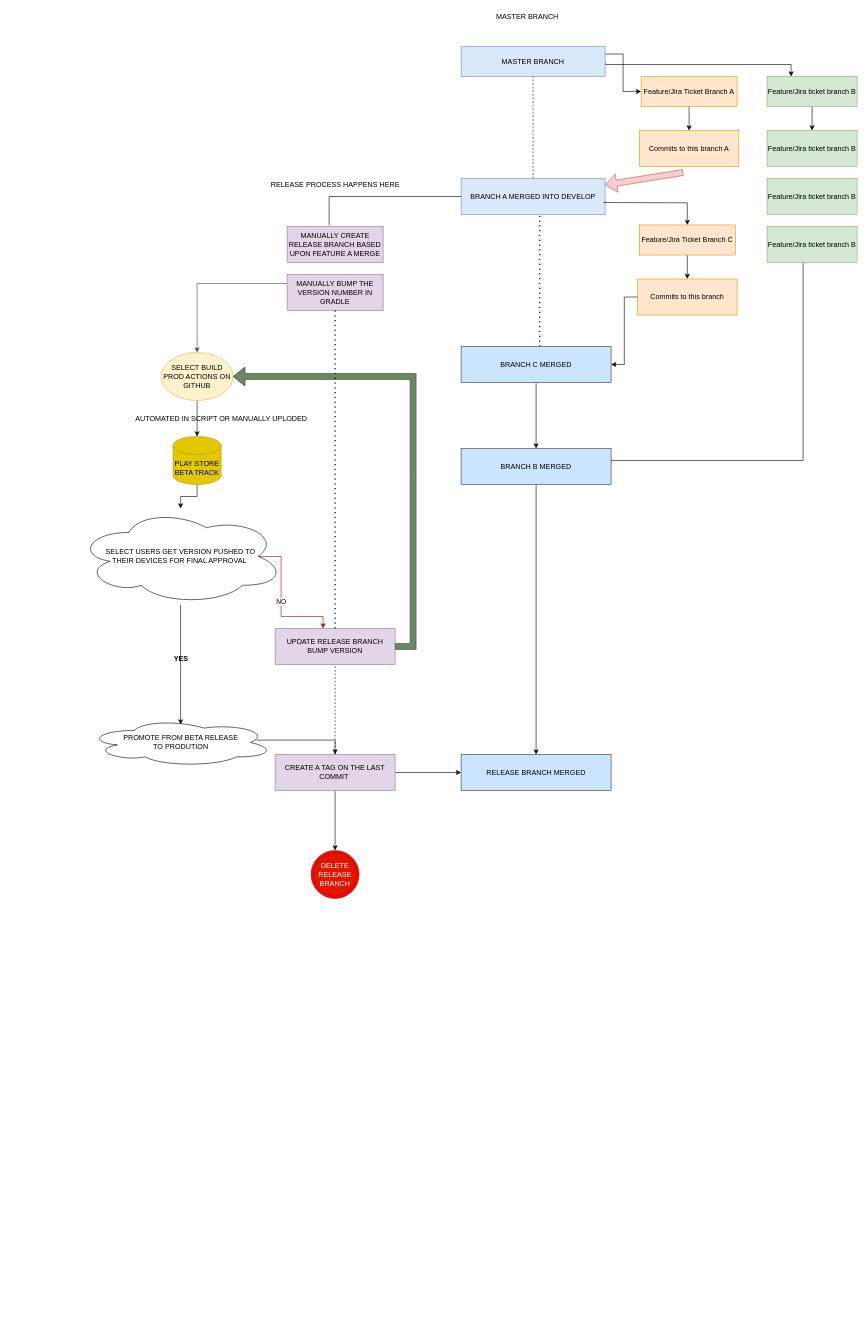
Above: Untitled Diagram.drawio in dr-lobo/AndroidComposeGame (draw.io), before the change. Source tidied: cells renumbered, new cells numbered last; positions are measured from the earlier drawing's top-left corner, leaving out a move shared by most shapes. Both pictures are drawn from the tidied source at 60%, with x=0, y=0 at pixel (77, 10).
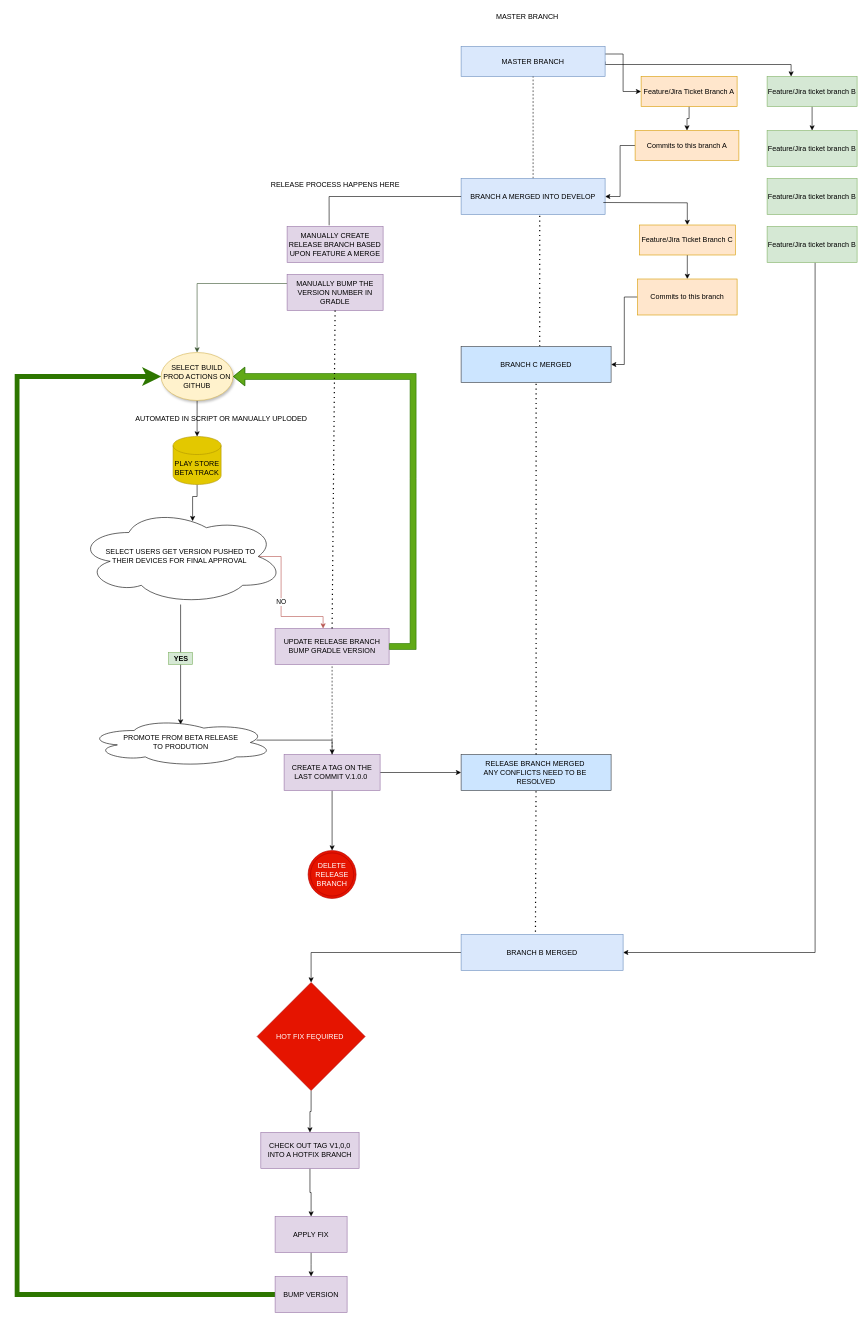
After the change.

The change refers to these unchanged cells:
```xml
<mxCell id="13" value="BRANCH A MERGED INTO DEVELOP" style="rounded=0;whiteSpace=wrap;html=1;fillColor=#dae8fc;strokeColor=#6c8ebf;" parent="1" vertex="1">
  <mxGeometry x="640" y="280" width="240" height="60" as="geometry" />
</mxCell>
<mxCell id="16" value="Feature/Jira ticket branch B" style="rounded=0;whiteSpace=wrap;html=1;fillColor=#d5e8d4;strokeColor=#82b366;" parent="1" vertex="1">
  <mxGeometry x="1150" y="360" width="150" height="60" as="geometry" />
</mxCell>
<mxCell id="23" value="PLAY STORE BETA TRACK" style="shape=cylinder3;whiteSpace=wrap;html=1;boundedLbl=1;backgroundOutline=1;size=15;fillColor=#e3c800;fontColor=#000000;strokeColor=#B09500;" parent="1" vertex="1">
  <mxGeometry x="160" y="710" width="80" height="80" as="geometry" />
</mxCell>
<mxCell id="32" value="SELECT USERS GET VERSION PUSHED TO &lt;br&gt;THEIR DEVICES FOR FINAL APPROVAL&amp;nbsp;" style="ellipse;shape=cloud;whiteSpace=wrap;html=1;" parent="1" vertex="1">
  <mxGeometry y="830" width="345" height="160" as="geometry" />
</mxCell>
<mxCell id="44" value="BRANCH C MERGED" style="rounded=0;whiteSpace=wrap;html=1;fillColor=#cce5ff;strokeColor=#36393d;" parent="1" vertex="1">
  <mxGeometry x="640" y="560" width="250" height="60" as="geometry" />
</mxCell>
```

Diff of the diagram source:
```diff
@@
+    <mxCell id="53" style="edgeStyle=orthogonalEdgeStyle;rounded=0;jettySize=auto;html=1;entryX=1;entryY=0.5;entryDx=0;entryDy=0;" parent="1" edge="1" source="9" target="13">
+      <mxGeometry relative="1" as="geometry" />
+    </mxCell>
     <mxCell id="9" value="Commits to this branch A" style="rounded=0;whiteSpace=wrap;html=1;fillColor=#ffe6cc;strokeColor=#d79b00;" parent="1" vertex="1">
-      <mxGeometry x="937" y="200" width="166" height="60" as="geometry" />
+      <mxGeometry x="930" y="200" width="173" height="50" as="geometry" />
     </mxCell>
@@
-    <mxCell id="12" style="shape=flexArrow;endArrow=classic;html=1;rounded=0;fillColor=#f8cecc;strokeColor=#b85450;" parent="1" edge="1" target="13">
-      <mxGeometry relative="1" as="geometry">
-        <mxPoint x="1010" y="270" as="sourcePoint" />
-      </mxGeometry>
-    </mxCell>
@@
-    <mxCell id="15" style="edgeStyle=orthogonalEdgeStyle;rounded=0;jettySize=auto;html=1;" parent="1" edge="1" source="16">
-      <mxGeometry relative="1" as="geometry">
-        <mxPoint x="760" y="750" as="targetPoint" />
-        <Array as="points">
-          <mxPoint x="1210" y="750" />
-        </Array>
-      </mxGeometry>
-    </mxCell>
+    <mxCell id="54" style="edgeStyle=orthogonalEdgeStyle;rounded=0;jettySize=auto;html=1;" parent="1" edge="1" source="16" target="46">
+      <mxGeometry relative="1" as="geometry">
+        <Array as="points">
+          <mxPoint x="1230" y="1570" />
+        </Array>
+      </mxGeometry>
+    </mxCell>
@@
-    <mxCell id="21" value="SELECT BUILD PROD ACTIONS ON GITHUB" style="ellipse;whiteSpace=wrap;html=1;fillColor=#fff2cc;strokeColor=#d6b656;" parent="1" vertex="1">
+    <mxCell id="21" value="SELECT BUILD PROD ACTIONS ON GITHUB" style="ellipse;whiteSpace=wrap;html=1;fillColor=#fff2cc;strokeColor=#d6b656;shadow=1;" parent="1" vertex="1">
       <mxGeometry x="140" y="570" width="120" height="80" as="geometry" />
     </mxCell>
-    <mxCell id="22" style="edgeStyle=orthogonalEdgeStyle;rounded=0;jettySize=auto;html=1;" parent="1" edge="1" source="23" target="32">
+    <mxCell id="22" style="edgeStyle=orthogonalEdgeStyle;rounded=0;jettySize=auto;html=1;entryX=0.558;entryY=0.132;entryDx=0;entryDy=0;entryPerimeter=0;" parent="1" edge="1" source="23" target="32">
       <mxGeometry relative="1" as="geometry" />
     </mxCell>
@@
-    <mxCell id="30" value="NO" style="edgeStyle=orthogonalEdgeStyle;rounded=0;jettySize=auto;html=1;fillColor=#e51400;strokeColor=#B20000;exitX=0.875;exitY=0.5;exitDx=0;exitDy=0;exitPerimeter=0;" parent="1" edge="1" source="32" target="33">
+    <mxCell id="30" value="NO" style="edgeStyle=orthogonalEdgeStyle;rounded=0;jettySize=auto;html=1;fillColor=#f8cecc;strokeColor=#b85450;exitX=0.875;exitY=0.5;exitDx=0;exitDy=0;exitPerimeter=0;" parent="1" edge="1" source="32" target="33">
       <mxGeometry relative="1" as="geometry">
         <Array as="points">
           <mxPoint x="340" y="910" />
           <mxPoint x="340" y="1010" />
           <mxPoint x="410" y="1010" />
         </Array>
       </mxGeometry>
     </mxCell>
@@
-    <mxCell id="33" value="UPDATE RELEASE BRANCH BUMP VERSION" style="rounded=0;whiteSpace=wrap;html=1;fillColor=#e1d5e7;strokeColor=#9673a6;" parent="1" vertex="1">
-      <mxGeometry x="330" y="1030" width="200" height="60" as="geometry" />
+    <mxCell id="33" value="UPDATE RELEASE BRANCH BUMP GRADLE VERSION" style="rounded=0;whiteSpace=wrap;html=1;fillColor=#e1d5e7;strokeColor=#9673a6;" parent="1" vertex="1">
+      <mxGeometry x="330" y="1030" width="190" height="60" as="geometry" />
     </mxCell>
-    <mxCell id="34" style="shape=flexArrow;endArrow=classic;html=1;rounded=0;entryX=1;entryY=0.5;entryDx=0;entryDy=0;exitX=1;exitY=0.5;exitDx=0;exitDy=0;fillColor=#6d8764;strokeColor=#3A5431;" parent="1" edge="1" source="33" target="21">
+    <mxCell id="34" style="shape=flexArrow;endArrow=classic;html=1;rounded=0;entryX=1;entryY=0.5;entryDx=0;entryDy=0;exitX=1;exitY=0.5;exitDx=0;exitDy=0;fillColor=#60a917;strokeColor=#2D7600;" parent="1" edge="1" source="33" target="21">
       <mxGeometry relative="1" as="geometry">
         <Array as="points">
           <mxPoint x="560" y="1060" />
           <mxPoint x="560" y="780" />
           <mxPoint x="560" y="610" />
         </Array>
       </mxGeometry>
     </mxCell>
@@
-    <mxCell id="40" value="CREATE A TAG ON THE LAST COMMIT&amp;nbsp;" style="rounded=0;whiteSpace=wrap;html=1;fillColor=#e1d5e7;strokeColor=#9673a6;" parent="1" vertex="1">
-      <mxGeometry x="330" y="1240" width="200" height="60" as="geometry" />
+    <mxCell id="40" value="CREATE A TAG ON THE LAST COMMIT V.1.0.0&amp;nbsp;" style="rounded=0;whiteSpace=wrap;html=1;fillColor=#e1d5e7;strokeColor=#9673a6;" parent="1" vertex="1">
+      <mxGeometry x="345" y="1240" width="160" height="60" as="geometry" />
     </mxCell>
     <mxCell id="41" value="DELETE RELEASE BRANCH" style="ellipse;shape=doubleEllipse;whiteSpace=wrap;html=1;fillColor=#e51400;fontColor=#ffffff;strokeColor=#B20000;" parent="1" vertex="1">
-      <mxGeometry x="390" y="1400" width="80" height="80" as="geometry" />
+      <mxGeometry x="385" y="1400" width="80" height="80" as="geometry" />
     </mxCell>
@@
-    <mxCell id="43" style="edgeStyle=orthogonalEdgeStyle;rounded=0;jettySize=auto;html=1;" parent="1" edge="1" source="44" target="46">
-      <mxGeometry relative="1" as="geometry" />
-    </mxCell>
@@
-    <mxCell id="45" style="edgeStyle=orthogonalEdgeStyle;rounded=0;jettySize=auto;html=1;" parent="1" edge="1" source="46" target="47">
-      <mxGeometry relative="1" as="geometry" />
-    </mxCell>
-    <mxCell id="46" value="BRANCH B MERGED" style="rounded=0;whiteSpace=wrap;html=1;fillColor=#cce5ff;strokeColor=#36393d;" parent="1" vertex="1">
-      <mxGeometry x="640" y="730" width="250" height="60" as="geometry" />
-    </mxCell>
-    <mxCell id="47" value="RELEASE BRANCH MERGED" style="rounded=0;whiteSpace=wrap;html=1;fillColor=#cce5ff;strokeColor=#36393d;" parent="1" vertex="1">
+    <mxCell id="47" value="RELEASE BRANCH MERGED&amp;nbsp;&lt;br&gt;ANY CONFLICTS NEED TO BE&amp;nbsp;&lt;br&gt;RESOLVED" style="rounded=0;whiteSpace=wrap;html=1;fillColor=#cce5ff;strokeColor=#36393d;" parent="1" vertex="1">
       <mxGeometry x="640" y="1240" width="250" height="60" as="geometry" />
     </mxCell>
@@
-    <mxCell id="50" value="&lt;b&gt;YES&lt;/b&gt;" style="text;html=1;align=center;verticalAlign=middle;strokeColor=none;fillColor=none;" parent="1" vertex="1">
+    <mxCell id="50" value="&lt;b&gt;YES&lt;/b&gt;" style="text;html=1;align=center;verticalAlign=middle;strokeColor=#82b366;fillColor=#d5e8d4;" parent="1" vertex="1">
       <mxGeometry x="152.5" y="1070" width="40" height="20" as="geometry" />
     </mxCell>
@@
+    <mxCell id="55" style="endArrow=none;dashed=1;html=1;dashPattern=1 3;strokeWidth=2;rounded=0;entryX=0.5;entryY=1;entryDx=0;entryDy=0;exitX=0.5;exitY=0;exitDx=0;exitDy=0;" parent="1" edge="1" source="47" target="44">
+      <mxGeometry relative="1" as="geometry" />
+    </mxCell>
+    <mxCell id="56" style="edgeStyle=orthogonalEdgeStyle;rounded=0;jettySize=auto;html=1;" parent="1" edge="1" source="46" target="58">
+      <mxGeometry relative="1" as="geometry" />
+    </mxCell>
+    <mxCell id="46" value="BRANCH B MERGED" style="rounded=0;whiteSpace=wrap;html=1;fillColor=#dae8fc;strokeColor=#6c8ebf;" parent="1" vertex="1">
+      <mxGeometry x="640" y="1540" width="270" height="60" as="geometry" />
+    </mxCell>
+    <mxCell id="45" style="endArrow=none;dashed=1;html=1;dashPattern=1 3;strokeWidth=2;rounded=0;exitX=0.459;exitY=-0.076;exitDx=0;exitDy=0;exitPerimeter=0;" parent="1" edge="1" source="46" target="47">
+      <mxGeometry relative="1" as="geometry" />
+    </mxCell>
+    <mxCell id="57" style="edgeStyle=orthogonalEdgeStyle;rounded=0;jettySize=auto;html=1;entryX=0.5;entryY=0;entryDx=0;entryDy=0;" parent="1" edge="1" source="58" target="60">
+      <mxGeometry relative="1" as="geometry" />
+    </mxCell>
+    <mxCell id="58" value="HOT FIX FEQUIRED&amp;nbsp;" style="rhombus;whiteSpace=wrap;html=1;fillColor=#e51400;fontColor=#ffffff;strokeColor=#B20000;" parent="1" vertex="1">
+      <mxGeometry x="300" y="1620" width="180" height="180" as="geometry" />
+    </mxCell>
+    <mxCell id="59" style="edgeStyle=orthogonalEdgeStyle;rounded=0;jettySize=auto;html=1;" parent="1" edge="1" source="60" target="62">
+      <mxGeometry relative="1" as="geometry" />
+    </mxCell>
+    <mxCell id="60" value="CHECK OUT TAG V1,0,0&lt;br&gt;INTO A HOTFIX BRANCH" style="rounded=0;whiteSpace=wrap;html=1;fillColor=#e1d5e7;strokeColor=#9673a6;" parent="1" vertex="1">
+      <mxGeometry x="306.2" y="1870" width="163.8" height="60" as="geometry" />
+    </mxCell>
+    <mxCell id="61" style="edgeStyle=orthogonalEdgeStyle;rounded=0;jettySize=auto;html=1;" parent="1" edge="1" source="62">
+      <mxGeometry relative="1" as="geometry">
+        <mxPoint x="390" y="2110" as="targetPoint" />
+      </mxGeometry>
+    </mxCell>
+    <mxCell id="62" value="APPLY FIX" style="whiteSpace=wrap;html=1;fillColor=#e1d5e7;strokeColor=#9673a6;rounded=0;" parent="1" vertex="1">
+      <mxGeometry x="330" y="2010" width="120" height="60" as="geometry" />
+    </mxCell>
+    <mxCell id="63" style="edgeStyle=orthogonalEdgeStyle;rounded=0;jettySize=auto;html=1;entryX=0;entryY=0.5;entryDx=0;entryDy=0;fillColor=#60a917;strokeColor=#2D7600;strokeWidth=8;" parent="1" edge="1" source="64" target="21">
+      <mxGeometry relative="1" as="geometry">
+        <Array as="points">
+          <mxPoint x="-100" y="2140" />
+          <mxPoint x="-100" y="610" />
+        </Array>
+      </mxGeometry>
+    </mxCell>
+    <mxCell id="64" value="BUMP VERSION" style="whiteSpace=wrap;html=1;fillColor=#e1d5e7;strokeColor=#9673a6;rounded=0;" parent="1" vertex="1">
+      <mxGeometry x="330" y="2110" width="120" height="60" as="geometry" />
+    </mxCell>
```
